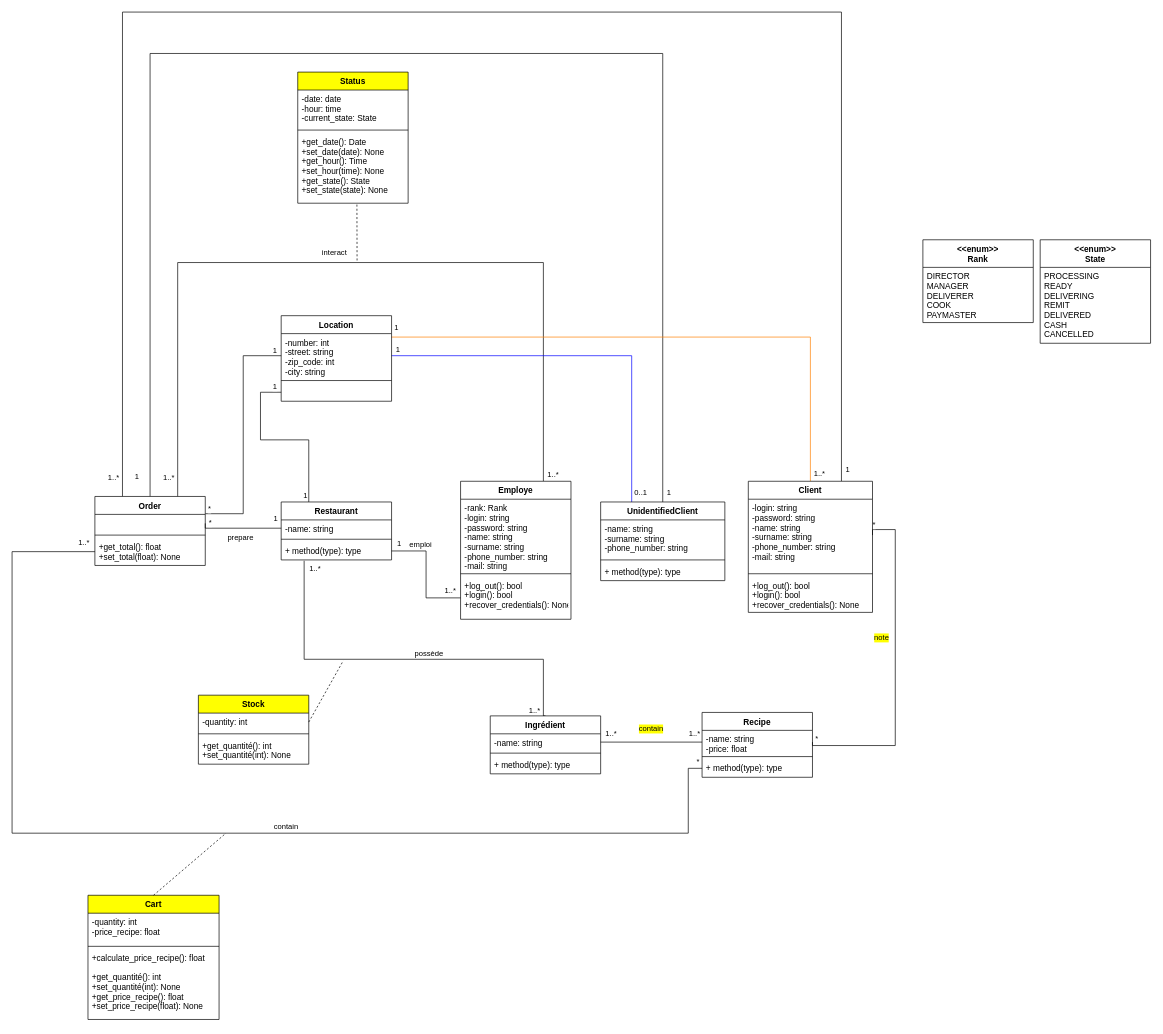
This is Diagramme de classe.drawio from damien-devpy/OC-P6, a draw.io file, before an edit. Source tidied: cells renumbered, new cells numbered last; positions are measured from the earlier drawing's top-left corner, leaving out a move shared by most shapes. Both pictures are drawn from the tidied source at 69%, with x=0, y=0 at pixel (12, 12).
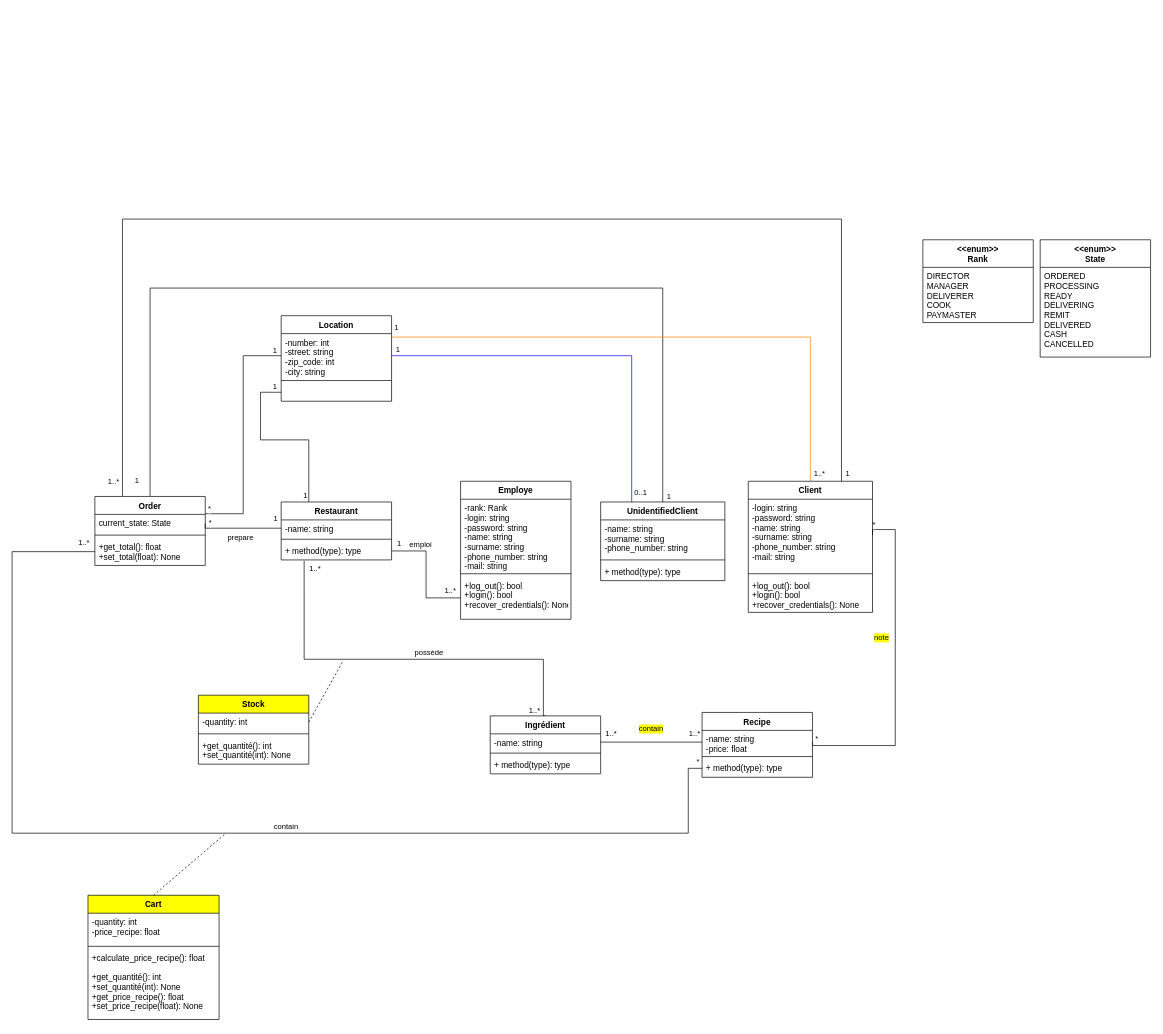
The same page after the edit.

Unchanged cells that the change refers to:
```xml
<mxCell id="49" value="Client" style="swimlane;fontStyle=1;align=center;verticalAlign=top;horizontal=1;startSize=26;" parent="1" vertex="1">
  <mxGeometry x="1067" y="680" width="180" height="190" as="geometry" />
</mxCell>
<mxCell id="56" value="UnidentifiedClient" style="swimlane;fontStyle=1;align=center;verticalAlign=top;horizontal=1;startSize=26;" parent="1" vertex="1">
  <mxGeometry x="853" y="710" width="180" height="114" as="geometry" />
</mxCell>
<mxCell id="71" value="Order" style="swimlane;fontStyle=1;align=center;verticalAlign=top;horizontal=1;startSize=26;" parent="1" vertex="1">
  <mxGeometry x="120" y="702" width="160" height="100" as="geometry" />
</mxCell>
<mxCell id="75" value="Employe" style="swimlane;fontStyle=1;align=center;verticalAlign=top;horizontal=1;startSize=26;" parent="1" vertex="1">
  <mxGeometry x="650" y="680" width="160" height="200" as="geometry" />
</mxCell>
```

Diff of the diagram source:
```diff
@@
-    <mxCell id="23" style="endArrow=none;dashed=1;html=1;entryX=0.536;entryY=1.01;entryDx=0;entryDy=0;entryPerimeter=0;" parent="1" edge="1" target="41">
-      <mxGeometry relative="1" as="geometry">
-        <mxPoint x="500" y="360" as="sourcePoint" />
-      </mxGeometry>
-    </mxCell>
-    <mxCell id="24" style="edgeStyle=orthogonalEdgeStyle;rounded=0;jettySize=auto;html=1;exitX=0.75;exitY=0;exitDx=0;exitDy=0;entryX=0.75;entryY=0;entryDx=0;entryDy=0;endArrow=none;endFill=0;" parent="1" edge="1" source="75" target="71">
-      <mxGeometry relative="1" as="geometry">
-        <Array as="points">
-          <mxPoint x="770" y="363" />
-          <mxPoint x="240" y="363" />
-        </Array>
-      </mxGeometry>
-    </mxCell>
-    <mxCell id="25" value="interact" style="edgeLabel;html=1;align=center;verticalAlign=middle;labelBackgroundColor=none;" parent="24" vertex="1">
-      <mxGeometry x="0.06" relative="1" as="geometry">
-        <mxPoint x="8" y="-15" as="offset" />
-      </mxGeometry>
-    </mxCell>
-    <mxCell id="26" value="1..*" style="edgeLabel;html=1;align=center;verticalAlign=middle;" parent="24" vertex="1">
-      <mxGeometry x="0.94" y="-1" relative="1" as="geometry">
-        <mxPoint x="-13" y="7" as="offset" />
-      </mxGeometry>
-    </mxCell>
-    <mxCell id="27" value="1..*" style="edgeLabel;html=1;align=center;verticalAlign=middle;" parent="24" vertex="1">
-      <mxGeometry x="-0.91" y="-1" relative="1" as="geometry">
-        <mxPoint x="12" y="43.9" as="offset" />
-      </mxGeometry>
-    </mxCell>
@@
     <mxCell id="32" style="edgeStyle=orthogonalEdgeStyle;rounded=0;jettySize=auto;html=1;exitX=0.5;exitY=0;exitDx=0;exitDy=0;endArrow=none;endFill=0;strokeWidth=1;endSize=8;strokeColor=#000000;entryX=0.5;entryY=0;entryDx=0;entryDy=0;" parent="1" edge="1" source="56" target="71">
       <mxGeometry relative="1" as="geometry">
         <Array as="points">
-          <mxPoint x="943" y="60" />
-          <mxPoint x="200" y="60" />
+          <mxPoint x="943" y="400" />
+          <mxPoint x="200" y="400" />
         </Array>
       </mxGeometry>
     </mxCell>
@@
-    <mxCell id="38" value="Status" style="swimlane;fontStyle=1;align=center;verticalAlign=top;horizontal=1;startSize=26;fillColor=#FFFF00;" parent="1" vertex="1">
-      <mxGeometry x="414" y="87" width="160" height="190" as="geometry" />
-    </mxCell>
-    <mxCell id="39" value="-date: date&#10;-hour: time&#10;-current_state: State" style="text;strokeColor=none;fillColor=none;align=left;verticalAlign=top;spacingLeft=4;spacingRight=4;overflow=hidden;" parent="38" vertex="1">
-      <mxGeometry y="26" width="160" height="54" as="geometry" />
-    </mxCell>
-    <mxCell id="40" style="line;strokeWidth=1;fillColor=none;align=left;verticalAlign=middle;spacingTop=-1;spacingLeft=3;spacingRight=3;labelPosition=right;" parent="38" vertex="1">
-      <mxGeometry y="80" width="160" height="8" as="geometry" />
-    </mxCell>
-    <mxCell id="41" value="+get_date(): Date&#10;+set_date(date): None&#10;+get_hour(): Time&#10;+set_hour(time): None&#10;+get_state(): State&#10;+set_state(state): None" style="text;strokeColor=none;fillColor=none;align=left;verticalAlign=top;spacingLeft=4;spacingRight=4;overflow=hidden;points=[[0,0.5],[1,0.5]];portConstraint=eastwest;" parent="38" vertex="1">
-      <mxGeometry y="88" width="160" height="102" as="geometry" />
-    </mxCell>
@@
     <mxCell id="46" style="edgeStyle=orthogonalEdgeStyle;rounded=0;jettySize=auto;html=1;exitX=0.75;exitY=0;exitDx=0;exitDy=0;endArrow=none;endFill=0;strokeColor=#000000;entryX=0.25;entryY=0;entryDx=0;entryDy=0;" parent="1" edge="1" source="49" target="71">
       <mxGeometry relative="1" as="geometry">
         <Array as="points">
-          <mxPoint x="1202" />
-          <mxPoint x="160" />
+          <mxPoint x="1202" y="300" />
+          <mxPoint x="160" y="300" />
         </Array>
       </mxGeometry>
     </mxCell>
@@
-    <mxCell id="72" value="&#10;&#10;" style="text;strokeColor=none;fillColor=none;align=left;verticalAlign=top;spacingLeft=4;spacingRight=4;overflow=hidden;points=[[0,0.5],[1,0.5]];portConstraint=eastwest;" parent="71" vertex="1">
+    <mxCell id="72" value="current_state: State" style="text;strokeColor=none;fillColor=none;align=left;verticalAlign=top;spacingLeft=4;spacingRight=4;overflow=hidden;points=[[0,0.5],[1,0.5]];portConstraint=eastwest;" parent="71" vertex="1">
       <mxGeometry y="26" width="160" height="26" as="geometry" />
     </mxCell>
@@
     <mxCell id="81" value="&lt;&lt;enum&gt;&gt;&#10;State" style="swimlane;fontStyle=1;align=center;verticalAlign=top;horizontal=1;startSize=40;fontSize=12;swimlaneLine=1;" parent="1" vertex="1">
-      <mxGeometry x="1490" y="330" width="160" height="150" as="geometry" />
+      <mxGeometry x="1490" y="330" width="160" height="170" as="geometry" />
     </mxCell>
-    <mxCell id="82" value="PROCESSING&#10;READY&#10;DELIVERING&#10;REMIT&#10;DELIVERED&#10;CASH&#10;CANCELLED" style="text;strokeColor=none;fillColor=none;align=left;verticalAlign=top;spacingLeft=4;spacingRight=4;overflow=hidden;" parent="81" vertex="1">
-      <mxGeometry y="40" width="160" height="110" as="geometry" />
+    <mxCell id="82" value="ORDERED&#10;PROCESSING&#10;READY&#10;DELIVERING&#10;REMIT&#10;DELIVERED&#10;CASH&#10;CANCELLED" style="text;strokeColor=none;fillColor=none;align=left;verticalAlign=top;spacingLeft=4;spacingRight=4;overflow=hidden;" parent="81" vertex="1">
+      <mxGeometry y="40" width="160" height="130" as="geometry" />
     </mxCell>
```
